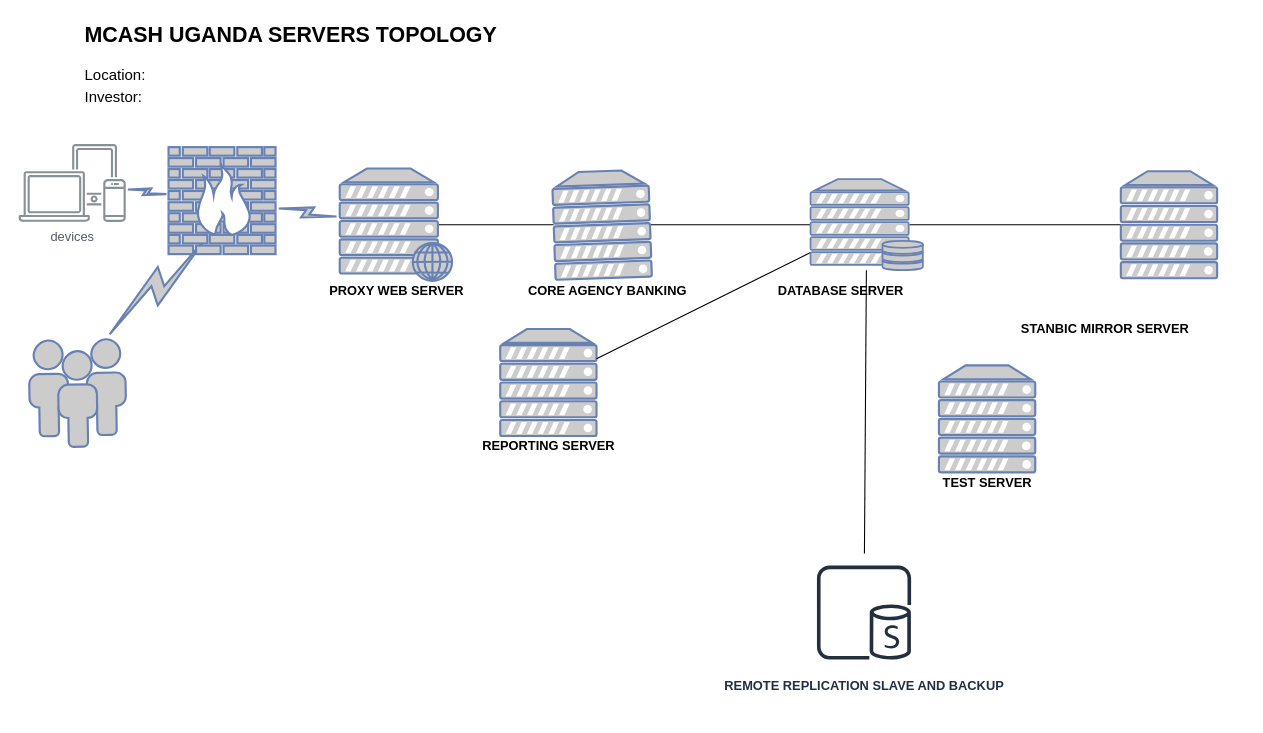
This is Untitled Diagram.drawio from aaronmaj/diagrams, a draw.io file, before an edit. Source tidied: cells renumbered, new cells numbered last; positions are measured from the earlier drawing's top-left corner, leaving out a move shared by most shapes. Both pictures are drawn from the tidied source at 107%, with x=0, y=0 at pixel (18, 18).
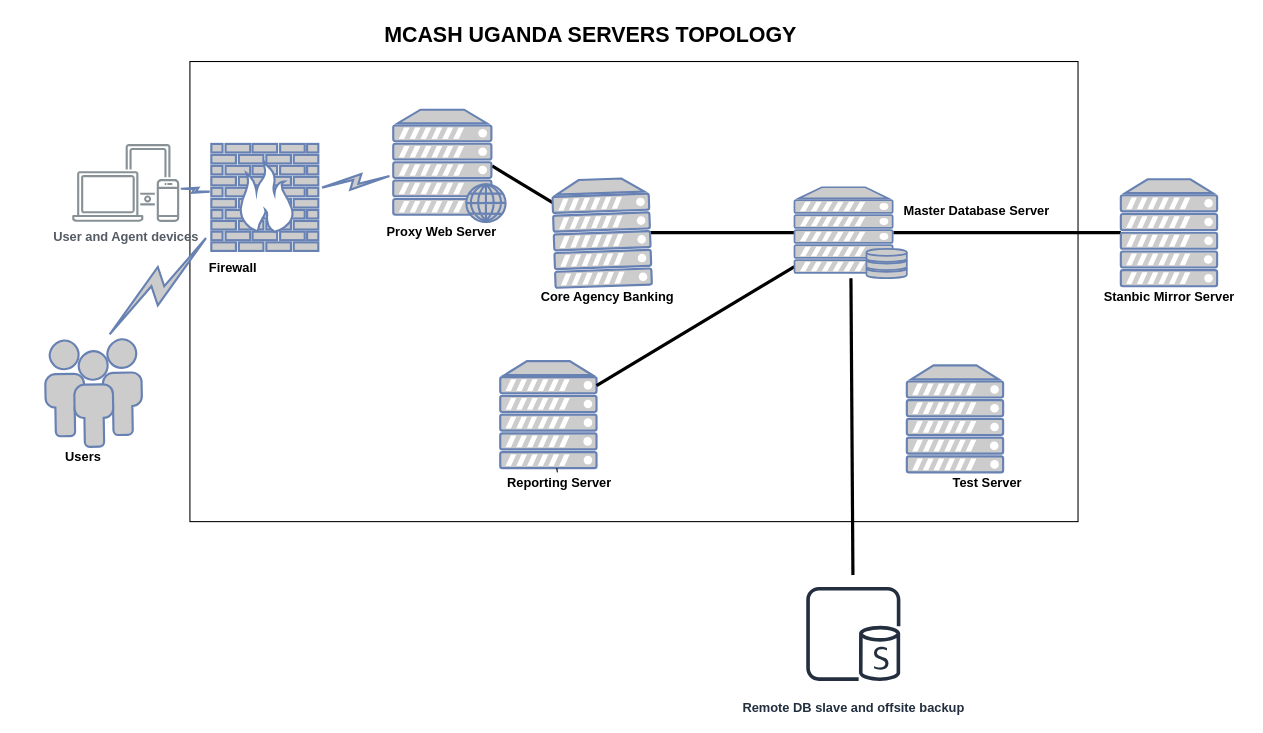
The same diagram, later.

What changed in the source:
```diff
@@
+    <mxCell id="30" style="rounded=0;whiteSpace=wrap;html=1;" parent="1" vertex="1">
+      <mxGeometry x="160" y="40" width="830" height="430" as="geometry" />
+    </mxCell>
     <mxCell id="2" value="MCASH UGANDA SERVERS TOPOLOGY" style="text;html=1;align=left;verticalAlign=top;spacingTop=-4;fontSize=20;fontStyle=1;" parent="1" vertex="1">
-      <mxGeometry x="60" width="580" height="30" as="geometry" />
+      <mxGeometry x="340" width="580" height="30" as="geometry" />
     </mxCell>
-    <mxCell id="3" value="Location:" style="text;html=1;align=left;verticalAlign=middle;spacingTop=-4;fontSize=14;fontStyle=0;" parent="1" vertex="1">
-      <mxGeometry x="60" y="40" width="580" height="30" as="geometry" />
-    </mxCell>
-    <mxCell id="4" value="Investor:" style="text;html=1;align=left;verticalAlign=middle;spacingTop=-4;fontSize=14;fontStyle=0;" parent="1" vertex="1">
-      <mxGeometry x="60" y="60" width="580" height="30" as="geometry" />
-    </mxCell>
-    <mxCell id="5" style="rounded=0;jettySize=auto;html=1;endArrow=none;endFill=0;exitX=0.88;exitY=0.5;exitDx=0;exitDy=0;exitPerimeter=0;" parent="1" edge="1" source="6" target="9">
+    <mxCell id="5" style="rounded=0;jettySize=auto;html=1;endArrow=none;endFill=0;exitX=0.88;exitY=0.5;exitDx=0;exitDy=0;exitPerimeter=0;strokeWidth=3;" parent="1" edge="1" source="6" target="9">
       <mxGeometry relative="1" as="geometry" />
     </mxCell>
     <mxCell id="6" style="fontColor=#0066CC;verticalAlign=top;verticalLabelPosition=bottom;labelPosition=center;align=center;html=1;outlineConnect=0;fillColor=#CCCCCC;strokeColor=#6881B3;gradientColor=none;gradientDirection=north;strokeWidth=2;shape=mxgraph.networks.web_server;" parent="1" vertex="1">
-      <mxGeometry x="300" y="140" width="105" height="105" as="geometry" />
+      <mxGeometry x="350" y="85" width="105" height="105" as="geometry" />
     </mxCell>
     <mxCell id="7" style="fontColor=#0066CC;verticalAlign=top;verticalLabelPosition=bottom;labelPosition=center;align=center;html=1;fillColor=#CCCCCC;strokeColor=#6881B3;gradientColor=none;gradientDirection=north;strokeWidth=2;shape=mxgraph.networks.users;rotation=-1;" parent="1" vertex="1">
-      <mxGeometry x="10" y="300" width="90" height="100" as="geometry" />
+      <mxGeometry x="25" y="300" width="90" height="100" as="geometry" />
     </mxCell>
-    <mxCell id="8" style="edgeStyle=none;rounded=0;jettySize=auto;html=1;endArrow=none;endFill=0;" parent="1" edge="1" source="9" target="15">
+    <mxCell id="8" style="edgeStyle=none;rounded=0;jettySize=auto;html=1;endArrow=none;endFill=0;strokeWidth=3;" parent="1" edge="1" source="9" target="15">
       <mxGeometry relative="1" as="geometry" />
     </mxCell>
     <mxCell id="9" style="fontColor=#0066CC;verticalAlign=top;verticalLabelPosition=bottom;labelPosition=center;align=center;html=1;outlineConnect=0;fillColor=#CCCCCC;strokeColor=#6881B3;gradientColor=none;gradientDirection=north;strokeWidth=2;shape=mxgraph.networks.server;rotation=-2;" parent="1" vertex="1">
-      <mxGeometry x="500" y="142.5" width="90" height="100" as="geometry" />
+      <mxGeometry x="500" y="150" width="90" height="100" as="geometry" />
     </mxCell>
     <mxCell id="10" style="fontColor=#0066CC;verticalAlign=top;verticalLabelPosition=bottom;labelPosition=center;align=center;html=1;outlineConnect=0;fillColor=#CCCCCC;strokeColor=#6881B3;gradientColor=none;gradientDirection=north;strokeWidth=2;shape=mxgraph.networks.server;" parent="1" vertex="1">
-      <mxGeometry x="450" y="290" width="90" height="100" as="geometry" />
+      <mxGeometry x="450" y="320" width="90" height="100" as="geometry" />
     </mxCell>
-    <mxCell id="11" value="devices" style="outlineConnect=0;gradientColor=none;fontColor=#545B64;strokeColor=none;fillColor=#879196;dashed=0;verticalLabelPosition=bottom;verticalAlign=top;align=center;html=1;fontSize=12;fontStyle=0;shape=mxgraph.aws4.illustration_devices;" parent="1" vertex="1">
-      <mxGeometry y="117" width="100" height="73" as="geometry" />
+    <mxCell id="11" value="&lt;b&gt;User and Agent devices&lt;/b&gt;" style="outlineConnect=0;gradientColor=none;fontColor=#545B64;strokeColor=none;fillColor=#879196;dashed=0;verticalLabelPosition=bottom;verticalAlign=top;align=center;html=1;fontSize=12;fontStyle=0;shape=mxgraph.aws4.illustration_devices;" parent="1" vertex="1">
+      <mxGeometry x="50" y="117" width="100" height="73" as="geometry" />
     </mxCell>
-    <mxCell id="12" style="edgeStyle=none;rounded=0;jettySize=auto;html=1;endArrow=none;endFill=0;" parent="1" edge="1" source="15" target="10">
+    <mxCell id="12" style="edgeStyle=none;rounded=0;jettySize=auto;html=1;endArrow=none;endFill=0;strokeWidth=3;" parent="1" edge="1" source="15" target="10">
       <mxGeometry relative="1" as="geometry" />
     </mxCell>
-    <mxCell id="13" style="edgeStyle=none;rounded=0;jettySize=auto;html=1;endArrow=none;endFill=0;exitX=0.88;exitY=0.5;exitDx=0;exitDy=0;exitPerimeter=0;" parent="1" edge="1" source="15" target="19">
+    <mxCell id="13" style="edgeStyle=none;rounded=0;jettySize=auto;html=1;endArrow=none;endFill=0;exitX=0.88;exitY=0.5;exitDx=0;exitDy=0;exitPerimeter=0;strokeWidth=3;" parent="1" edge="1" source="15" target="19">
       <mxGeometry relative="1" as="geometry" />
     </mxCell>
-    <mxCell id="14" style="edgeStyle=none;rounded=0;jettySize=auto;html=1;endArrow=none;endFill=0;" parent="1" edge="1" source="15" target="29">
+    <mxCell id="14" style="edgeStyle=none;rounded=0;jettySize=auto;html=1;endArrow=none;endFill=0;strokeWidth=3;" parent="1" edge="1" source="15" target="29">
       <mxGeometry relative="1" as="geometry" />
     </mxCell>
     <mxCell id="15" style="fontColor=#0066CC;verticalAlign=top;verticalLabelPosition=bottom;labelPosition=center;align=center;html=1;outlineConnect=0;fillColor=#CCCCCC;strokeColor=#6881B3;gradientColor=none;gradientDirection=north;strokeWidth=2;shape=mxgraph.networks.server_storage;" parent="1" vertex="1">
-      <mxGeometry x="740" y="150" width="105" height="85" as="geometry" />
+      <mxGeometry x="725" y="157.5" width="105" height="85" as="geometry" />
     </mxCell>
@@
     <mxCell id="18" style="fontColor=#0066CC;verticalAlign=top;verticalLabelPosition=bottom;labelPosition=center;align=center;html=1;fillColor=#CCCCCC;strokeColor=#6881B3;gradientColor=none;gradientDirection=north;strokeWidth=2;shape=mxgraph.networks.server;" parent="1" vertex="1">
-      <mxGeometry x="860" y="324" width="90" height="100" as="geometry" />
+      <mxGeometry x="830" y="324" width="90" height="100" as="geometry" />
     </mxCell>
     <mxCell id="19" style="fontColor=#0066CC;verticalAlign=top;verticalLabelPosition=bottom;labelPosition=center;align=center;html=1;outlineConnect=0;fillColor=#CCCCCC;strokeColor=#6881B3;gradientColor=none;gradientDirection=north;strokeWidth=2;shape=mxgraph.networks.server;" parent="1" vertex="1">
-      <mxGeometry x="1030" y="142.5" width="90" height="100" as="geometry" />
+      <mxGeometry x="1030" y="150" width="90" height="100" as="geometry" />
     </mxCell>
-    <mxCell id="20" value="&lt;b&gt;PROXY WEB SERVER&lt;/b&gt;" style="text;html=1;align=center;verticalAlign=middle;fillColor=none;strokeColor=none;rounded=0;" parent="1" vertex="1">
-      <mxGeometry x="282.5" y="245" width="140" height="20" as="geometry" />
+    <mxCell id="20" value="&lt;b&gt;Proxy Web Server&lt;/b&gt;" style="text;html=1;align=center;verticalAlign=middle;fillColor=none;strokeColor=none;rounded=0;" parent="1" vertex="1">
+      <mxGeometry x="335" y="190" width="120" height="20" as="geometry" />
     </mxCell>
-    <mxCell id="21" value="&lt;b&gt;CORE AGENCY BANKING&lt;/b&gt;" style="text;html=1;align=center;verticalAlign=middle;fillColor=none;strokeColor=none;rounded=0;" parent="1" vertex="1">
-      <mxGeometry x="470" y="245" width="160" height="20" as="geometry" />
+    <mxCell id="21" value="&lt;b&gt;Core Agency Banking&lt;/b&gt;" style="text;html=1;align=center;verticalAlign=middle;fillColor=none;strokeColor=none;rounded=0;" parent="1" vertex="1">
+      <mxGeometry x="480" y="250" width="140" height="20" as="geometry" />
     </mxCell>
-    <mxCell id="22" value="&lt;b&gt;DATABASE SERVER&lt;/b&gt;" style="text;html=1;align=center;verticalAlign=middle;fillColor=none;strokeColor=none;rounded=0;" parent="1" vertex="1">
-      <mxGeometry x="702.5" y="245" width="130" height="20" as="geometry" />
+    <mxCell id="22" value="&lt;b&gt;Master Database Server&lt;/b&gt;" style="text;html=1;align=center;verticalAlign=middle;fillColor=none;strokeColor=none;rounded=0;" parent="1" vertex="1">
+      <mxGeometry x="820" y="170" width="150" height="20" as="geometry" />
     </mxCell>
@@
-    <mxCell id="24" value="&lt;b&gt;REPORTING SERVER&lt;/b&gt;" style="text;html=1;align=center;verticalAlign=middle;points=[];fillColor=none;strokeColor=none;rounded=0;" parent="1" vertex="1">
-      <mxGeometry x="425" y="390" width="140" height="20" as="geometry" />
+    <mxCell id="24" value="&lt;b&gt;Reporting Server&lt;/b&gt;" style="text;html=1;align=center;verticalAlign=middle;points=[];fillColor=none;strokeColor=none;rounded=0;" parent="1" vertex="1">
+      <mxGeometry x="450" y="424" width="110" height="20" as="geometry" />
     </mxCell>
-    <mxCell id="25" value="&lt;b&gt;TEST SERVER&lt;/b&gt;" style="text;html=1;align=center;verticalAlign=middle;fillColor=none;strokeColor=none;rounded=0;" parent="1" vertex="1">
-      <mxGeometry x="855" y="424" width="100" height="20" as="geometry" />
+    <mxCell id="25" value="&lt;b&gt;Test Server&lt;/b&gt;" style="text;html=1;align=center;verticalAlign=middle;fillColor=none;strokeColor=none;rounded=0;" parent="1" vertex="1">
+      <mxGeometry x="865" y="424" width="80" height="20" as="geometry" />
     </mxCell>
-    <mxCell id="26" value="&lt;b&gt;STANBIC MIRROR SERVER&lt;/b&gt;" style="text;html=1;align=center;verticalAlign=middle;fillColor=none;strokeColor=none;rounded=0;" parent="1" vertex="1">
-      <mxGeometry x="930" y="280" width="170" height="20" as="geometry" />
+    <mxCell id="26" value="&lt;b&gt;Stanbic Mirror Server&lt;/b&gt;" style="text;html=1;align=center;verticalAlign=middle;fillColor=none;strokeColor=none;rounded=0;" parent="1" vertex="1">
+      <mxGeometry x="1005" y="250" width="140" height="20" as="geometry" />
     </mxCell>
     <mxCell id="27" style="fontColor=#0066CC;verticalAlign=top;verticalLabelPosition=bottom;labelPosition=center;align=center;html=1;outlineConnect=0;fillColor=#CCCCCC;strokeColor=#6881B3;gradientColor=none;gradientDirection=north;strokeWidth=2;shape=mxgraph.networks.firewall;" parent="1" vertex="1">
-      <mxGeometry x="140" y="120" width="100" height="100" as="geometry" />
+      <mxGeometry x="180" y="117" width="100" height="100" as="geometry" />
     </mxCell>
@@
-    <mxCell id="29" value="&lt;b&gt;REMOTE REPLICATION SLAVE AND BACKUP&lt;/b&gt;" style="outlineConnect=0;fontColor=#232F3E;gradientColor=none;strokeColor=#232F3E;fillColor=#ffffff;dashed=0;verticalLabelPosition=bottom;verticalAlign=top;align=center;html=1;fontSize=12;fontStyle=0;shape=mxgraph.aws4.resourceIcon;resIcon=mxgraph.aws4.sql_replica;" parent="1" vertex="1">
-      <mxGeometry x="735" y="500" width="110" height="110" as="geometry" />
+    <mxCell id="29" value="&lt;b&gt;Remote DB slave and offsite backup&lt;/b&gt;" style="outlineConnect=0;fontColor=#232F3E;gradientColor=none;strokeColor=#232F3E;fillColor=#ffffff;dashed=0;verticalLabelPosition=bottom;verticalAlign=top;align=center;html=1;fontSize=12;fontStyle=0;shape=mxgraph.aws4.resourceIcon;resIcon=mxgraph.aws4.sql_replica;" parent="1" vertex="1">
+      <mxGeometry x="725" y="520" width="110" height="110" as="geometry" />
     </mxCell>
+    <mxCell id="31" value="Users" style="text;html=1;align=center;verticalAlign=middle;fillColor=none;strokeColor=none;rounded=0;fontStyle=1;" parent="1" vertex="1">
+      <mxGeometry x="35" y="400" width="50" height="20" as="geometry" />
+    </mxCell>
+    <mxCell id="32" value="Firewall" style="text;html=1;align=center;verticalAlign=middle;fillColor=none;strokeColor=none;rounded=0;fontStyle=1;" parent="1" vertex="1">
+      <mxGeometry x="170" y="222.5" width="60" height="20" as="geometry" />
+    </mxCell>
```
